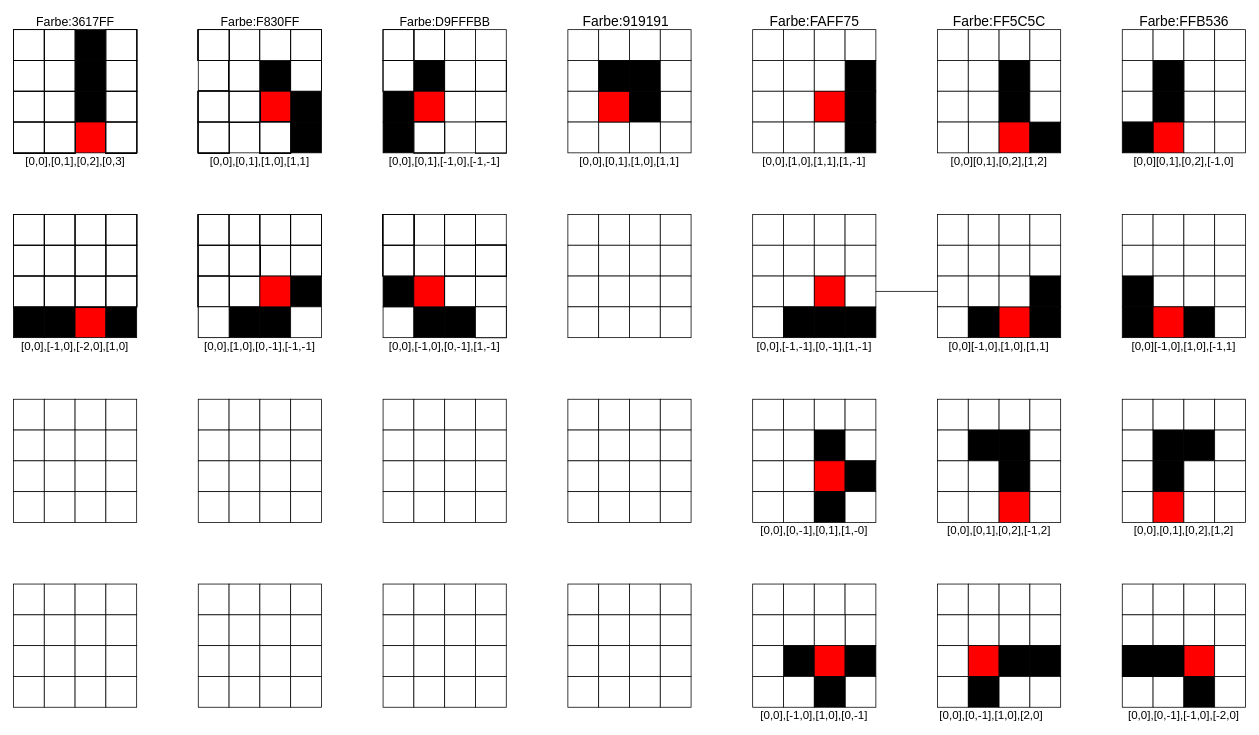
The draw.io diagram lib/documentation/shapes.drawio in AUSoft-Kassel/tetris, before the edit. Source tidied: cells renumbered, new cells numbered last; positions are measured from the earlier drawing's top-left corner, leaving out a move shared by most shapes. Both pictures are drawn from the tidied source at 77%, with x=0, y=0 at pixel (13, 14).
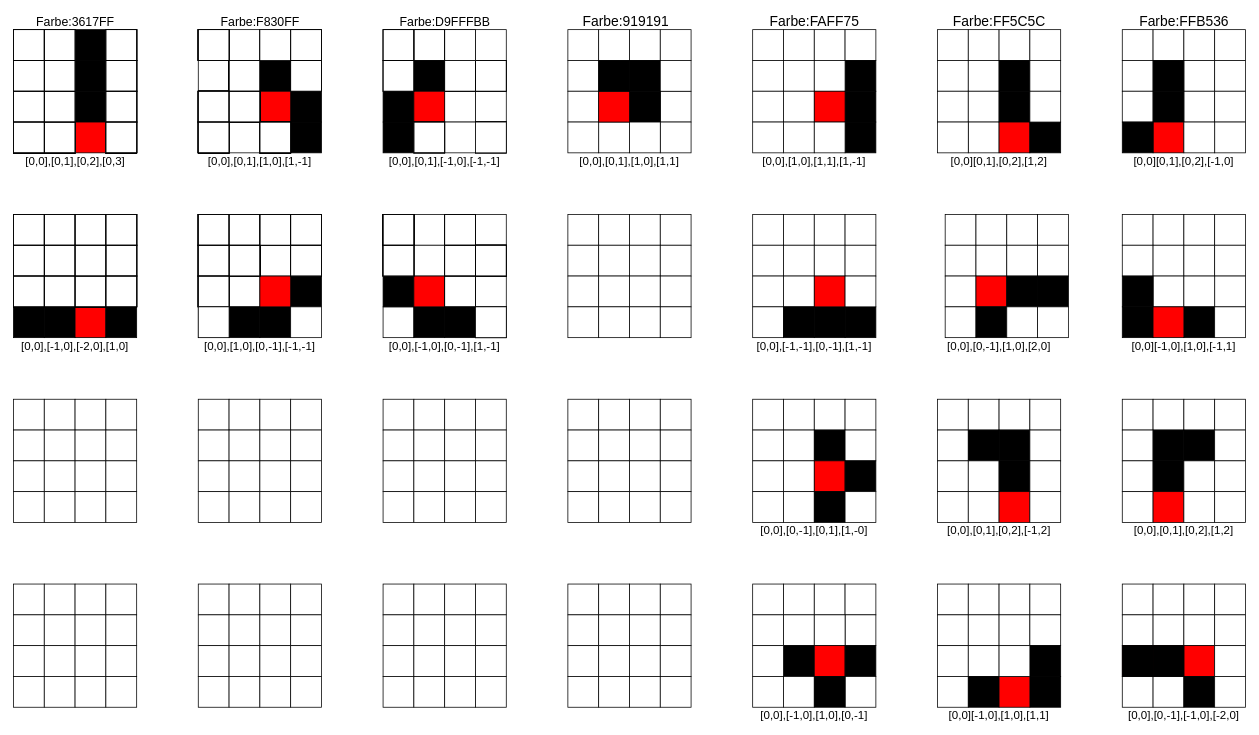
After the change.

Commit message:
shapes complete

Unchanged cells that the change refers to:
```xml
<mxCell id="289" style="whiteSpace=wrap;html=1;" parent="1" vertex="1">
  <mxGeometry x="1080" y="300" width="40" height="40" as="geometry" />
</mxCell>
```

Diff of the diagram source:
```diff
@@
-    <mxCell id="132" value="[0,0],[0,1],[1,0],[1,1]" style="text;html=1;strokeColor=none;fillColor=none;align=center;verticalAlign=middle;whiteSpace=wrap;rounded=0;fontSize=15;" parent="1" vertex="1">
+    <mxCell id="132" value="[0,0],[0,1],[1,0],[1,-1]" style="text;html=1;strokeColor=none;fillColor=none;align=center;verticalAlign=middle;whiteSpace=wrap;rounded=0;fontSize=15;" parent="1" vertex="1">
       <mxGeometry x="240" y="180" width="160" height="20" as="geometry" />
     </mxCell>
@@
-    <mxCell id="288" style="edgeStyle=orthogonalEdgeStyle;rounded=0;jettySize=auto;html=1;exitX=0.75;exitY=1;exitDx=0;exitDy=0;" parent="1" edge="1" source="289" target="341">
-      <mxGeometry relative="1" as="geometry" />
-    </mxCell>
@@
-    <mxCell id="332" style="whiteSpace=wrap;html=1;" parent="1" vertex="1">
-      <mxGeometry x="1200" y="260" width="40" height="40" as="geometry" />
-    </mxCell>
-    <mxCell id="333" style="whiteSpace=wrap;html=1;" parent="1" vertex="1">
-      <mxGeometry x="1240" y="260" width="40" height="40" as="geometry" />
-    </mxCell>
-    <mxCell id="334" style="whiteSpace=wrap;html=1;" parent="1" vertex="1">
-      <mxGeometry x="1280" y="260" width="40" height="40" as="geometry" />
-    </mxCell>
-    <mxCell id="335" style="whiteSpace=wrap;html=1;" parent="1" vertex="1">
-      <mxGeometry x="1320" y="260" width="40" height="40" as="geometry" />
-    </mxCell>
-    <mxCell id="336" style="whiteSpace=wrap;html=1;" parent="1" vertex="1">
-      <mxGeometry x="1200" y="300" width="40" height="40" as="geometry" />
-    </mxCell>
-    <mxCell id="337" style="whiteSpace=wrap;html=1;" parent="1" vertex="1">
-      <mxGeometry x="1240" y="300" width="40" height="40" as="geometry" />
-    </mxCell>
-    <mxCell id="338" style="whiteSpace=wrap;html=1;" parent="1" vertex="1">
-      <mxGeometry x="1280" y="300" width="40" height="40" as="geometry" />
-    </mxCell>
-    <mxCell id="339" style="whiteSpace=wrap;html=1;" parent="1" vertex="1">
-      <mxGeometry x="1320" y="300" width="40" height="40" as="geometry" />
-    </mxCell>
-    <mxCell id="340" style="whiteSpace=wrap;html=1;" parent="1" vertex="1">
-      <mxGeometry x="1200" y="340" width="40" height="40" as="geometry" />
-    </mxCell>
-    <mxCell id="341" style="whiteSpace=wrap;html=1;" parent="1" vertex="1">
-      <mxGeometry x="1240" y="340" width="40" height="40" as="geometry" />
-    </mxCell>
-    <mxCell id="342" style="whiteSpace=wrap;html=1;fillColor=#000000;" parent="1" vertex="1">
-      <mxGeometry x="1320" y="380" width="40" height="40" as="geometry" />
-    </mxCell>
-    <mxCell id="343" style="whiteSpace=wrap;html=1;fillColor=#000000;" parent="1" vertex="1">
-      <mxGeometry x="1320" y="340" width="40" height="40" as="geometry" />
-    </mxCell>
-    <mxCell id="344" style="whiteSpace=wrap;html=1;" parent="1" vertex="1">
-      <mxGeometry x="1200" y="380" width="40" height="40" as="geometry" />
-    </mxCell>
-    <mxCell id="345" style="whiteSpace=wrap;html=1;fillColor=#000000;" parent="1" vertex="1">
-      <mxGeometry x="1240" y="380" width="40" height="40" as="geometry" />
-    </mxCell>
-    <mxCell id="346" style="whiteSpace=wrap;html=1;fillColor=#FF0000;" parent="1" vertex="1">
-      <mxGeometry x="1280" y="380" width="40" height="40" as="geometry" />
-    </mxCell>
-    <mxCell id="347" style="whiteSpace=wrap;html=1;" parent="1" vertex="1">
-      <mxGeometry x="1280" y="340" width="40" height="40" as="geometry" />
-    </mxCell>
@@
     <mxCell id="364" style="whiteSpace=wrap;html=1;" parent="1" vertex="1">
-      <mxGeometry x="1200" y="740" width="40" height="40" as="geometry" />
+      <mxGeometry x="1210" y="260" width="40" height="40" as="geometry" />
     </mxCell>
     <mxCell id="365" style="whiteSpace=wrap;html=1;" parent="1" vertex="1">
-      <mxGeometry x="1240" y="740" width="40" height="40" as="geometry" />
+      <mxGeometry x="1250" y="260" width="40" height="40" as="geometry" />
     </mxCell>
     <mxCell id="366" style="whiteSpace=wrap;html=1;" parent="1" vertex="1">
-      <mxGeometry x="1280" y="740" width="40" height="40" as="geometry" />
+      <mxGeometry x="1290" y="260" width="40" height="40" as="geometry" />
     </mxCell>
     <mxCell id="367" style="whiteSpace=wrap;html=1;" parent="1" vertex="1">
-      <mxGeometry x="1320" y="740" width="40" height="40" as="geometry" />
+      <mxGeometry x="1330" y="260" width="40" height="40" as="geometry" />
     </mxCell>
     <mxCell id="368" style="whiteSpace=wrap;html=1;" parent="1" vertex="1">
-      <mxGeometry x="1200" y="780" width="40" height="40" as="geometry" />
+      <mxGeometry x="1210" y="300" width="40" height="40" as="geometry" />
     </mxCell>
     <mxCell id="369" style="whiteSpace=wrap;html=1;" parent="1" vertex="1">
-      <mxGeometry x="1240" y="780" width="40" height="40" as="geometry" />
+      <mxGeometry x="1250" y="300" width="40" height="40" as="geometry" />
     </mxCell>
     <mxCell id="370" style="whiteSpace=wrap;html=1;" parent="1" vertex="1">
-      <mxGeometry x="1280" y="780" width="40" height="40" as="geometry" />
+      <mxGeometry x="1290" y="300" width="40" height="40" as="geometry" />
     </mxCell>
     <mxCell id="371" style="whiteSpace=wrap;html=1;" parent="1" vertex="1">
-      <mxGeometry x="1320" y="780" width="40" height="40" as="geometry" />
+      <mxGeometry x="1330" y="300" width="40" height="40" as="geometry" />
     </mxCell>
     <mxCell id="372" style="whiteSpace=wrap;html=1;" parent="1" vertex="1">
-      <mxGeometry x="1200" y="820" width="40" height="40" as="geometry" />
+      <mxGeometry x="1210" y="340" width="40" height="40" as="geometry" />
     </mxCell>
     <mxCell id="373" style="whiteSpace=wrap;html=1;fillColor=#FF0000;" parent="1" vertex="1">
-      <mxGeometry x="1240" y="820" width="40" height="40" as="geometry" />
+      <mxGeometry x="1250" y="340" width="40" height="40" as="geometry" />
     </mxCell>
     <mxCell id="374" style="whiteSpace=wrap;html=1;fillColor=#000000;" parent="1" vertex="1">
-      <mxGeometry x="1280" y="820" width="40" height="40" as="geometry" />
+      <mxGeometry x="1290" y="340" width="40" height="40" as="geometry" />
     </mxCell>
     <mxCell id="375" style="whiteSpace=wrap;html=1;fillColor=#000000;" parent="1" vertex="1">
-      <mxGeometry x="1320" y="820" width="40" height="40" as="geometry" />
+      <mxGeometry x="1330" y="340" width="40" height="40" as="geometry" />
     </mxCell>
     <mxCell id="376" style="whiteSpace=wrap;html=1;" parent="1" vertex="1">
-      <mxGeometry x="1200" y="860" width="40" height="40" as="geometry" />
+      <mxGeometry x="1210" y="380" width="40" height="40" as="geometry" />
     </mxCell>
     <mxCell id="377" style="whiteSpace=wrap;html=1;fillColor=#000000;" parent="1" vertex="1">
-      <mxGeometry x="1240" y="860" width="40" height="40" as="geometry" />
+      <mxGeometry x="1250" y="380" width="40" height="40" as="geometry" />
     </mxCell>
     <mxCell id="378" style="whiteSpace=wrap;html=1;" parent="1" vertex="1">
-      <mxGeometry x="1280" y="860" width="40" height="40" as="geometry" />
+      <mxGeometry x="1290" y="380" width="40" height="40" as="geometry" />
     </mxCell>
     <mxCell id="379" style="whiteSpace=wrap;html=1;" parent="1" vertex="1">
-      <mxGeometry x="1320" y="860" width="40" height="40" as="geometry" />
+      <mxGeometry x="1330" y="380" width="40" height="40" as="geometry" />
     </mxCell>
@@
-    <mxCell id="381" value="[0,0][-1,0],[1,0],[1,1]" style="text;html=1;strokeColor=none;fillColor=none;align=center;verticalAlign=middle;whiteSpace=wrap;rounded=0;fontSize=15;" parent="1" vertex="1">
-      <mxGeometry x="1200" y="420" width="160" height="20" as="geometry" />
-    </mxCell>
@@
     <mxCell id="1121" value="[0,0],[0,-1],[1,0],[2,0]" style="text;html=1;strokeColor=none;fillColor=none;align=center;verticalAlign=middle;whiteSpace=wrap;rounded=0;fontSize=15;" parent="1" vertex="1">
-      <mxGeometry x="1190" y="900" width="160" height="20" as="geometry" />
+      <mxGeometry x="1200" y="420" width="160" height="20" as="geometry" />
     </mxCell>
@@
+    <mxCell id="1147" style="whiteSpace=wrap;html=1;" parent="1" vertex="1">
+      <mxGeometry x="1200" y="740" width="40" height="40" as="geometry" />
+    </mxCell>
+    <mxCell id="1148" style="whiteSpace=wrap;html=1;" parent="1" vertex="1">
+      <mxGeometry x="1240" y="740" width="40" height="40" as="geometry" />
+    </mxCell>
+    <mxCell id="1149" style="whiteSpace=wrap;html=1;" parent="1" vertex="1">
+      <mxGeometry x="1280" y="740" width="40" height="40" as="geometry" />
+    </mxCell>
+    <mxCell id="1150" style="whiteSpace=wrap;html=1;" parent="1" vertex="1">
+      <mxGeometry x="1320" y="740" width="40" height="40" as="geometry" />
+    </mxCell>
+    <mxCell id="1151" style="whiteSpace=wrap;html=1;" parent="1" vertex="1">
+      <mxGeometry x="1200" y="780" width="40" height="40" as="geometry" />
+    </mxCell>
+    <mxCell id="1152" style="whiteSpace=wrap;html=1;" parent="1" vertex="1">
+      <mxGeometry x="1240" y="780" width="40" height="40" as="geometry" />
+    </mxCell>
+    <mxCell id="1153" style="whiteSpace=wrap;html=1;" parent="1" vertex="1">
+      <mxGeometry x="1280" y="780" width="40" height="40" as="geometry" />
+    </mxCell>
+    <mxCell id="1154" style="whiteSpace=wrap;html=1;" parent="1" vertex="1">
+      <mxGeometry x="1320" y="780" width="40" height="40" as="geometry" />
+    </mxCell>
+    <mxCell id="1155" style="whiteSpace=wrap;html=1;" parent="1" vertex="1">
+      <mxGeometry x="1200" y="820" width="40" height="40" as="geometry" />
+    </mxCell>
+    <mxCell id="1156" style="whiteSpace=wrap;html=1;" parent="1" vertex="1">
+      <mxGeometry x="1240" y="820" width="40" height="40" as="geometry" />
+    </mxCell>
+    <mxCell id="1157" style="whiteSpace=wrap;html=1;fillColor=#000000;" parent="1" vertex="1">
+      <mxGeometry x="1320" y="860" width="40" height="40" as="geometry" />
+    </mxCell>
+    <mxCell id="1158" style="whiteSpace=wrap;html=1;fillColor=#000000;" parent="1" vertex="1">
+      <mxGeometry x="1320" y="820" width="40" height="40" as="geometry" />
+    </mxCell>
+    <mxCell id="1159" style="whiteSpace=wrap;html=1;" parent="1" vertex="1">
+      <mxGeometry x="1200" y="860" width="40" height="40" as="geometry" />
+    </mxCell>
+    <mxCell id="1160" style="whiteSpace=wrap;html=1;fillColor=#000000;" parent="1" vertex="1">
+      <mxGeometry x="1240" y="860" width="40" height="40" as="geometry" />
+    </mxCell>
+    <mxCell id="1161" style="whiteSpace=wrap;html=1;fillColor=#FF0000;" parent="1" vertex="1">
+      <mxGeometry x="1280" y="860" width="40" height="40" as="geometry" />
+    </mxCell>
+    <mxCell id="1162" style="whiteSpace=wrap;html=1;" parent="1" vertex="1">
+      <mxGeometry x="1280" y="820" width="40" height="40" as="geometry" />
+    </mxCell>
+    <mxCell id="381" value="[0,0][-1,0],[1,0],[1,1]" style="text;html=1;strokeColor=none;fillColor=none;align=center;verticalAlign=middle;whiteSpace=wrap;rounded=0;fontSize=15;" parent="1" vertex="1">
+      <mxGeometry x="1200" y="900" width="160" height="20" as="geometry" />
+    </mxCell>
```
